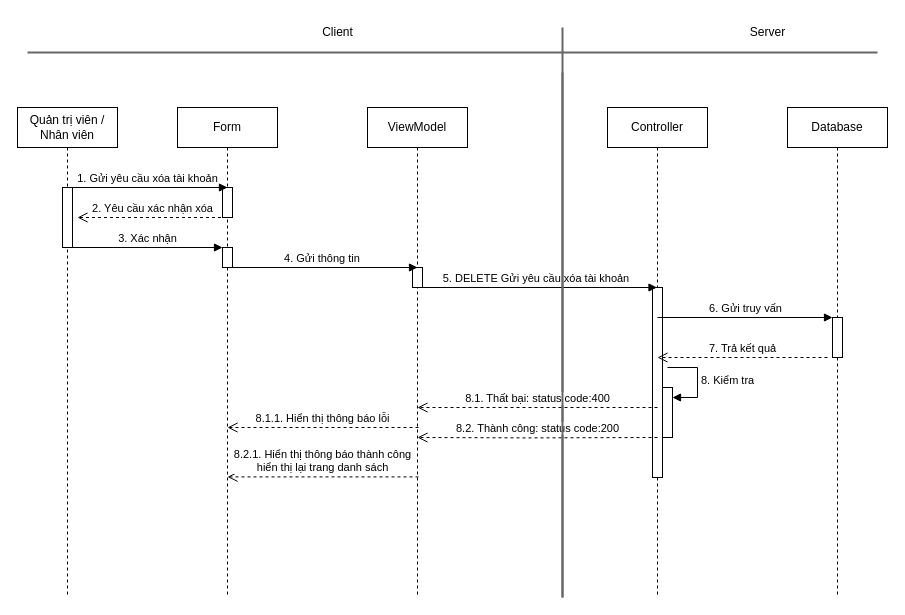
Above: page "Page-4" (4 of 4) of SD/SD_QUANLYTAIKHOAN.drawio in hieuNV0871/da (draw.io), before the change. Source tidied: cells renumbered, new cells numbered last; positions are measured from the earlier drawing's top-left corner, leaving out a move shared by most shapes. Both pictures are drawn from the tidied source at 100%, with x=0, y=0 at pixel (17, 17).
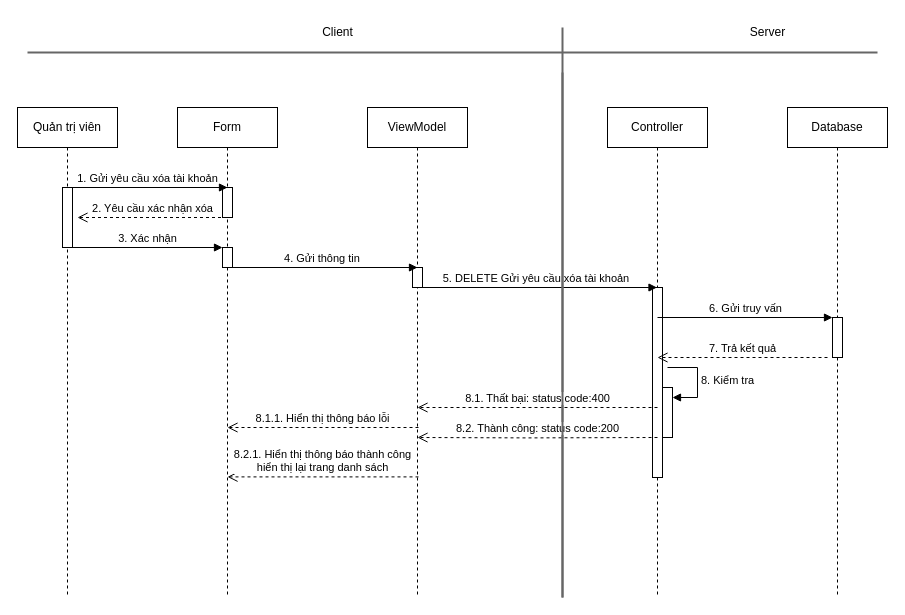
Above is the later version.

Diff of the diagram source:
```diff
@@
-    <mxCell id="2" value="Quản trị viên / Nhân viên" style="shape=umlLifeline;perimeter=lifelinePerimeter;whiteSpace=wrap;html=1;newEdgeStyle={&quot;curved&quot;:0,&quot;rounded&quot;:0};" parent="1" vertex="1">
+    <mxCell id="2" value="Quản trị viên" style="shape=umlLifeline;perimeter=lifelinePerimeter;whiteSpace=wrap;html=1;newEdgeStyle={&quot;curved&quot;:0,&quot;rounded&quot;:0};" parent="1" vertex="1">
       <mxGeometry y="90" width="100" height="490" as="geometry" />
     </mxCell>
```
